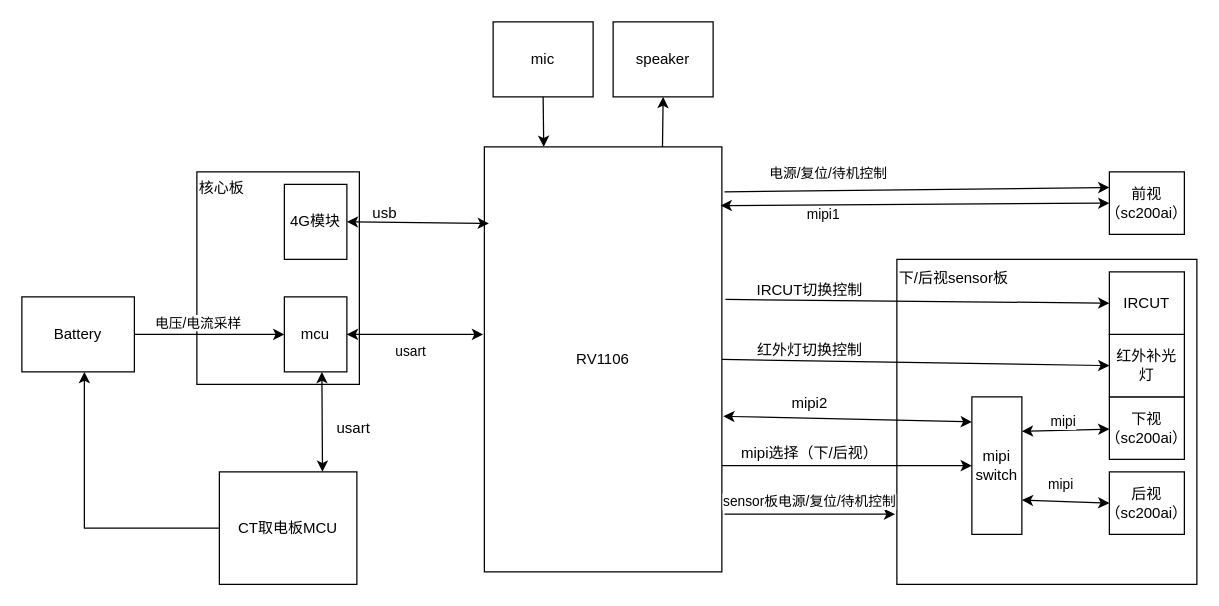
WilliamChenGitHub/drawio keeps this draw.io diagram as ZHY/未命名绘图.drawio. Above is the earlier version. Source tidied: cells renumbered, new cells numbered last; positions are measured from the earlier drawing's top-left corner, leaving out a move shared by most shapes. Both pictures are drawn from the tidied source at 125%, with x=0, y=0 at pixel (21, 21).
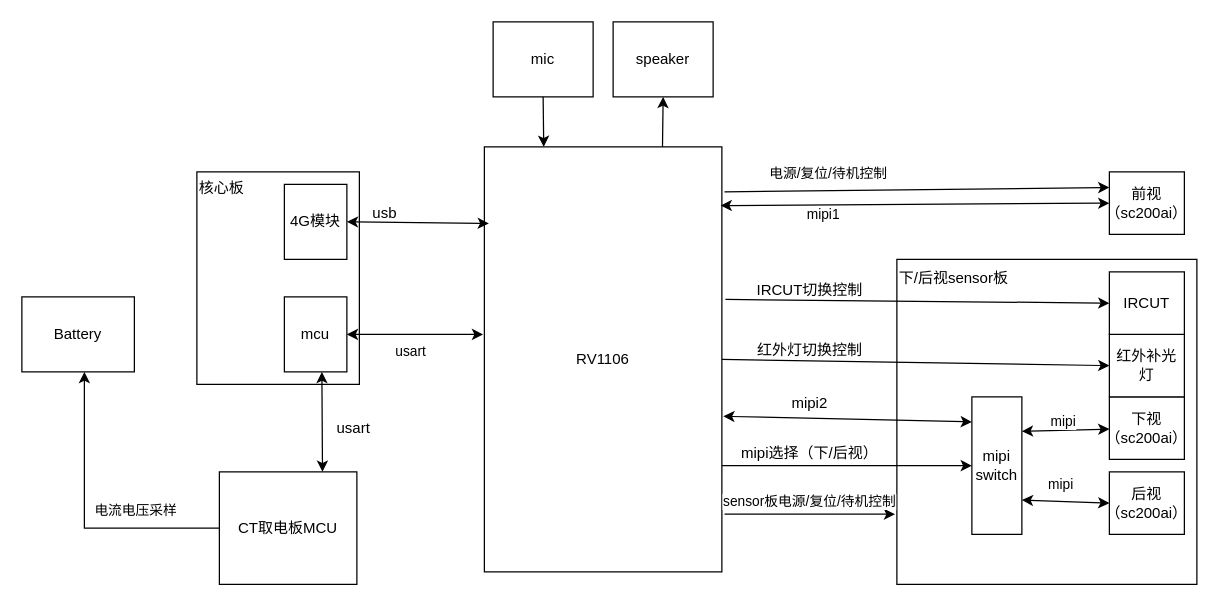
Above is the later version.

Commit message:
更新未命名绘图.drawio

The change refers to these unchanged cells:
```xml
<mxCell id="5" value="mcu" style="rounded=0;whiteSpace=wrap;html=1;" parent="1" vertex="1">
  <mxGeometry x="210" y="220" width="50" height="60" as="geometry" />
</mxCell>
<mxCell id="38" value="Battery" style="rounded=0;whiteSpace=wrap;html=1;" parent="1" vertex="1">
  <mxGeometry y="220" width="90" height="60" as="geometry" />
</mxCell>
<mxCell id="41" style="endArrow=classic;html=1;rounded=0;exitX=0;exitY=0.5;exitDx=0;exitDy=0;" parent="1" edge="1" source="7">
  <mxGeometry relative="1" as="geometry">
    <mxPoint x="50" y="280" as="targetPoint" />
    <Array as="points">
      <mxPoint x="50" y="405" />
    </Array>
  </mxGeometry>
</mxCell>
```

Diff of the diagram source:
```diff
@@
-    <mxCell id="39" style="endArrow=classic;html=1;rounded=0;entryX=0;entryY=0.5;entryDx=0;entryDy=0;exitX=1;exitY=0.5;exitDx=0;exitDy=0;" parent="1" edge="1" source="38" target="5">
-      <mxGeometry relative="1" as="geometry" />
-    </mxCell>
-    <mxCell id="40" value="电压/电流采样" style="edgeLabel;html=1;align=center;verticalAlign=middle;" parent="39" vertex="1">
-      <mxGeometry x="-0.76" y="1" relative="1" as="geometry">
-        <mxPoint x="36" y="-9" as="offset" />
-      </mxGeometry>
-    </mxCell>
@@
+    <mxCell id="46" value="电流电压采样" style="edgeLabel;html=1;align=center;verticalAlign=middle;" parent="41" vertex="1">
+      <mxGeometry x="0.33" y="-5" relative="1" as="geometry">
+        <mxPoint x="35" y="32" as="offset" />
+      </mxGeometry>
+    </mxCell>
```
